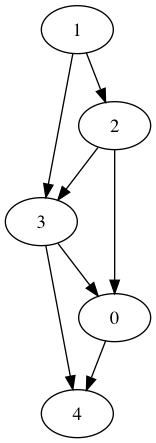
Before: graphs/graph_total.png, a diagram exported from Graphviz (tarcisiocjr/byzcast). Its source is kept beside it as graphs/graph_total.dot.
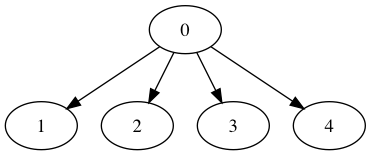
After the change.

Diff of the diagram source:
```diff
@@ -1,8 +1,5 @@
-digraph G { 0->4
-1->3
-1->2
-2->3
-2->0
-3->0
-3->4
+digraph G { 0->1
+0->2
+0->3
+0->4
 }
```
